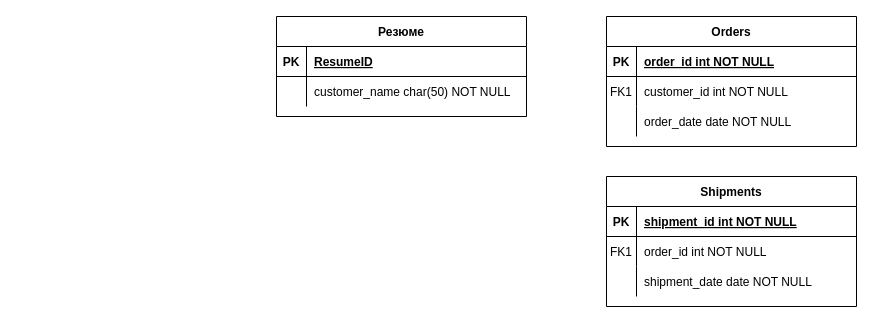
Earlier version of the draw.io diagram Entity Relationship Diagram.drawio (FullOfDelirium/Employment-agency). Source tidied: cells renumbered, new cells numbered last; positions are measured from the earlier drawing's top-left corner, leaving out a move shared by most shapes. Both pictures are drawn from the tidied source at 100%, with x=0, y=0 at pixel (276, 16).
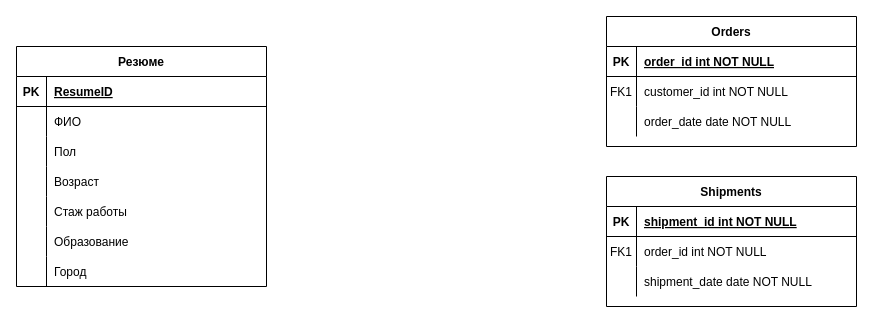
The same page after the edit.

The change refers to these unchanged cells:
```xml
<mxCell id="26" style="shape=partialRectangle;fillColor=none;top=0;left=0;right=0;bottom=0;" parent="22" vertex="1">
  <mxGeometry y="60" width="250" height="30" as="geometry" />
</mxCell>
```

What changed in the source:
```diff
@@
     <mxCell id="22" value="Резюме" style="shape=table;startSize=30;childLayout=tableLayout;rowLines=0;fontStyle=1;align=center;" parent="1" vertex="1">
-      <mxGeometry width="250" height="100" as="geometry" />
+      <mxGeometry x="-260" y="30" width="250" height="240" as="geometry" />
     </mxCell>
@@
-    <mxCell id="28" value="customer_name char(50) NOT NULL" style="shape=partialRectangle;overflow=hidden;fillColor=none;top=0;left=0;bottom=0;right=0;align=left;spacingLeft=6;" parent="26" vertex="1">
+    <mxCell id="28" value="ФИО" style="shape=partialRectangle;overflow=hidden;fillColor=none;top=0;left=0;bottom=0;right=0;align=left;spacingLeft=6;" parent="26" vertex="1">
       <mxGeometry x="30" width="220" height="30" as="geometry" />
     </mxCell>
+    <mxCell id="29" style="shape=partialRectangle;fillColor=none;top=0;left=0;right=0;bottom=0;" parent="22" vertex="1">
+      <mxGeometry y="90" width="250" height="30" as="geometry" />
+    </mxCell>
+    <mxCell id="30" style="shape=partialRectangle;overflow=hidden;fillColor=none;top=0;left=0;bottom=0;right=0;" parent="29" vertex="1">
+      <mxGeometry width="30" height="30" as="geometry" />
+    </mxCell>
+    <mxCell id="31" value="Пол" style="shape=partialRectangle;overflow=hidden;fillColor=none;top=0;left=0;bottom=0;right=0;align=left;spacingLeft=6;" parent="29" vertex="1">
+      <mxGeometry x="30" width="220" height="30" as="geometry" />
+    </mxCell>
+    <mxCell id="32" style="shape=partialRectangle;fillColor=none;top=0;left=0;right=0;bottom=0;" parent="22" vertex="1">
+      <mxGeometry y="120" width="250" height="30" as="geometry" />
+    </mxCell>
+    <mxCell id="33" style="shape=partialRectangle;overflow=hidden;fillColor=none;top=0;left=0;bottom=0;right=0;" parent="32" vertex="1">
+      <mxGeometry width="30" height="30" as="geometry" />
+    </mxCell>
+    <mxCell id="34" value="Возраст" style="shape=partialRectangle;overflow=hidden;fillColor=none;top=0;left=0;bottom=0;right=0;align=left;spacingLeft=6;" parent="32" vertex="1">
+      <mxGeometry x="30" width="220" height="30" as="geometry" />
+    </mxCell>
+    <mxCell id="35" style="shape=partialRectangle;fillColor=none;top=0;left=0;right=0;bottom=0;" parent="22" vertex="1">
+      <mxGeometry y="150" width="250" height="30" as="geometry" />
+    </mxCell>
+    <mxCell id="36" style="shape=partialRectangle;overflow=hidden;fillColor=none;top=0;left=0;bottom=0;right=0;" parent="35" vertex="1">
+      <mxGeometry width="30" height="30" as="geometry" />
+    </mxCell>
+    <mxCell id="37" value="Стаж работы" style="shape=partialRectangle;overflow=hidden;fillColor=none;top=0;left=0;bottom=0;right=0;align=left;spacingLeft=6;" parent="35" vertex="1">
+      <mxGeometry x="30" width="220" height="30" as="geometry" />
+    </mxCell>
+    <mxCell id="38" style="shape=partialRectangle;fillColor=none;top=0;left=0;right=0;bottom=0;" parent="22" vertex="1">
+      <mxGeometry y="180" width="250" height="30" as="geometry" />
+    </mxCell>
+    <mxCell id="39" style="shape=partialRectangle;overflow=hidden;fillColor=none;top=0;left=0;bottom=0;right=0;" parent="38" vertex="1">
+      <mxGeometry width="30" height="30" as="geometry" />
+    </mxCell>
+    <mxCell id="40" value="Образование" style="shape=partialRectangle;overflow=hidden;fillColor=none;top=0;left=0;bottom=0;right=0;align=left;spacingLeft=6;" parent="38" vertex="1">
+      <mxGeometry x="30" width="220" height="30" as="geometry" />
+    </mxCell>
+    <mxCell id="41" style="shape=partialRectangle;fillColor=none;top=0;left=0;right=0;bottom=0;" parent="22" vertex="1">
+      <mxGeometry y="210" width="250" height="30" as="geometry" />
+    </mxCell>
+    <mxCell id="42" style="shape=partialRectangle;overflow=hidden;fillColor=none;top=0;left=0;bottom=0;right=0;" parent="41" vertex="1">
+      <mxGeometry width="30" height="30" as="geometry" />
+    </mxCell>
+    <mxCell id="43" value="Город" style="shape=partialRectangle;overflow=hidden;fillColor=none;top=0;left=0;bottom=0;right=0;align=left;spacingLeft=6;" parent="41" vertex="1">
+      <mxGeometry x="30" width="220" height="30" as="geometry" />
+    </mxCell>
```
